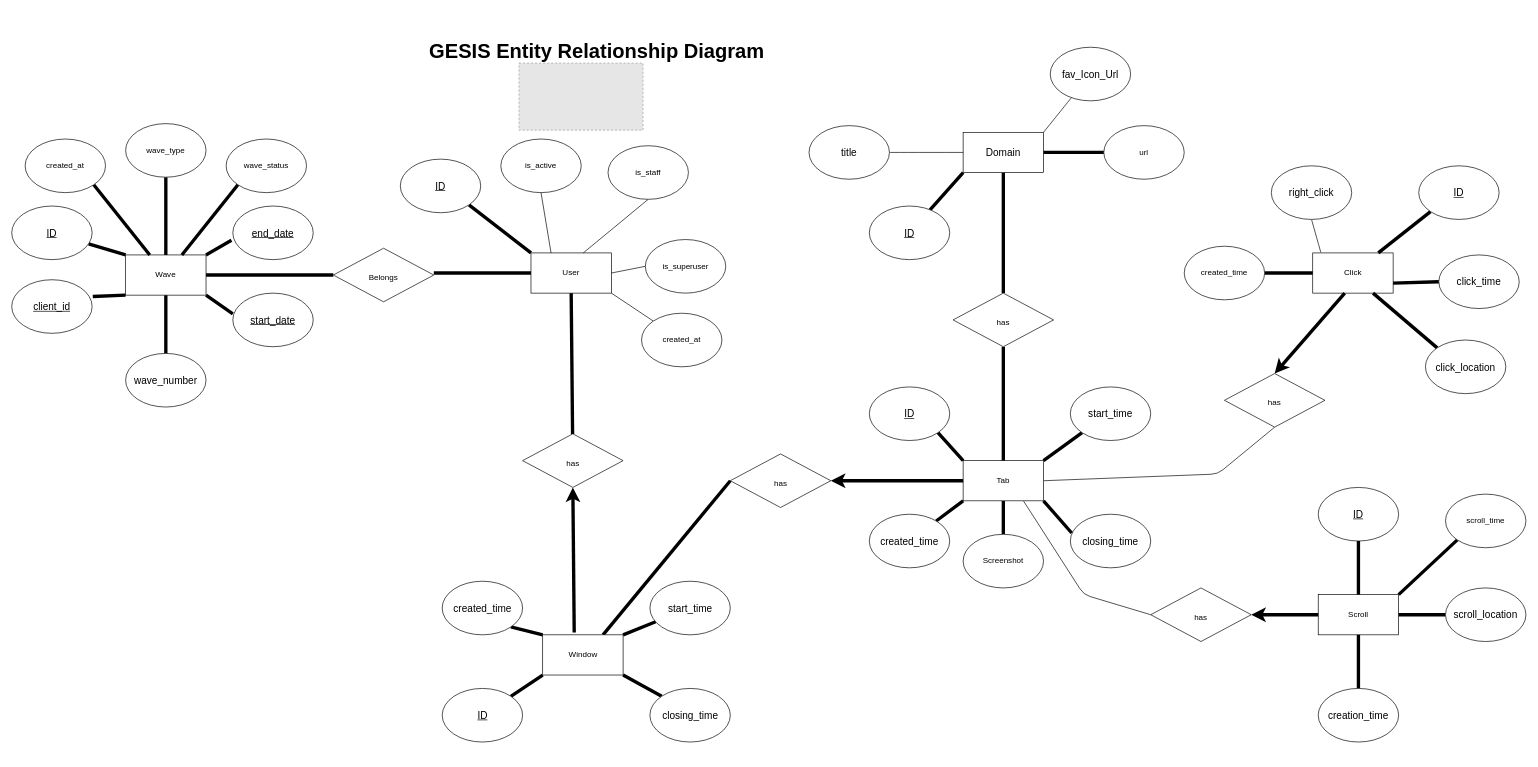
Above: entity_relationship_diagram.drawio in gesiscss/gesis_surf_backend (draw.io), before the change. Source tidied: cells renumbered, new cells numbered last; positions are measured from the earlier drawing's top-left corner, leaving out a move shared by most shapes. Both pictures are drawn from the tidied source at 67%, with x=0, y=0 at pixel (11, 11). Pictures stored in the file or linked from it are replaced by grey dashed boxes.
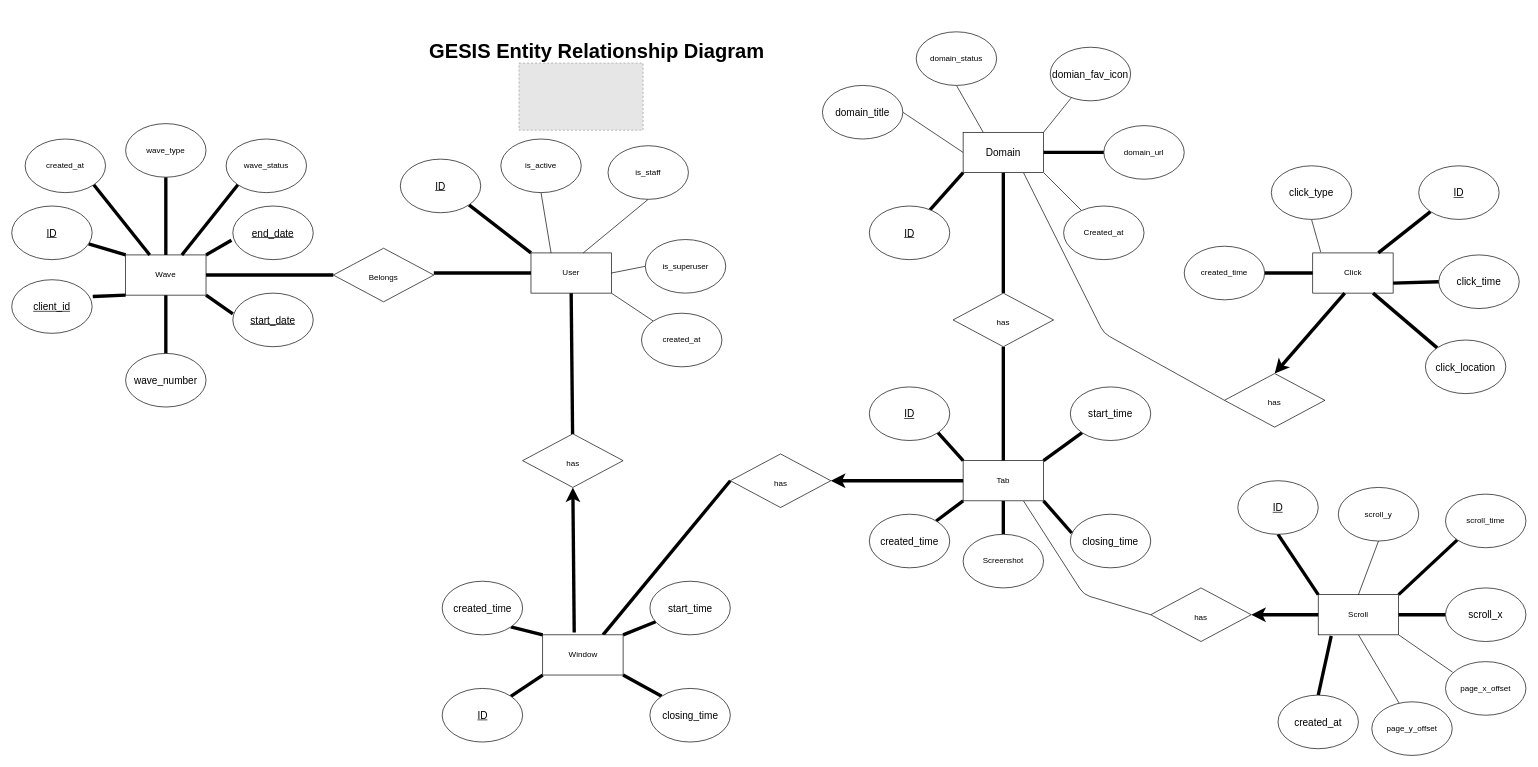
Above is the later version.

The change refers to these unchanged cells:
```xml
<mxCell id="18" value="Tab" style="rounded=0;whiteSpace=wrap;html=1;" parent="1" vertex="1">
  <mxGeometry x="1420" y="670" width="120" height="60" as="geometry" />
</mxCell>
<mxCell id="21" value="Scroll" style="rounded=0;whiteSpace=wrap;html=1;" parent="1" vertex="1">
  <mxGeometry x="1950" y="870" width="120" height="60" as="geometry" />
</mxCell>
<mxCell id="24" value="Domain" style="rounded=0;whiteSpace=wrap;html=1;fontSize=15;" parent="1" vertex="1">
  <mxGeometry x="1420" y="180" width="120" height="60" as="geometry" />
</mxCell>
<mxCell id="79" value="&lt;span style=&quot;font-size: 12px;&quot;&gt;has&lt;/span&gt;" style="rhombus;whiteSpace=wrap;html=1;fontSize=20;" parent="1" vertex="1">
  <mxGeometry x="1810" y="540" width="150" height="80" as="geometry" />
</mxCell>
```

The edit, as a diff of the source:
```diff
@@
-    <mxCell id="15" style="edgeStyle=none;html=1;exitX=1;exitY=0.5;exitDx=0;exitDy=0;entryX=0.5;entryY=1;entryDx=0;entryDy=0;strokeWidth=1;endArrow=none;endFill=0;" parent="1" edge="1" source="18" target="79">
+    <mxCell id="15" style="edgeStyle=none;html=1;exitX=0.75;exitY=1;exitDx=0;exitDy=0;entryX=0;entryY=0.5;entryDx=0;entryDy=0;strokeWidth=1;endArrow=none;endFill=0;" parent="1" edge="1" source="24" target="79">
       <mxGeometry relative="1" as="geometry">
         <Array as="points">
-          <mxPoint x="1800" y="690" />
+          <mxPoint x="1630" y="480" />
         </Array>
       </mxGeometry>
     </mxCell>
@@
+    <mxCell id="100" style="edgeStyle=none;html=1;exitX=1;exitY=1;exitDx=0;exitDy=0;entryX=0.088;entryY=0.197;entryDx=0;entryDy=0;entryPerimeter=0;startArrow=none;startFill=0;endArrow=none;endFill=0;" parent="1" edge="1" source="21" target="108">
+      <mxGeometry relative="1" as="geometry" />
+    </mxCell>
+    <mxCell id="101" style="edgeStyle=none;html=1;exitX=0.5;exitY=1;exitDx=0;exitDy=0;entryX=0.338;entryY=0.021;entryDx=0;entryDy=0;entryPerimeter=0;startArrow=none;startFill=0;endArrow=none;endFill=0;" parent="1" edge="1" source="21" target="109">
+      <mxGeometry relative="1" as="geometry" />
+    </mxCell>
@@
+    <mxCell id="102" style="edgeStyle=none;html=1;exitX=1;exitY=1;exitDx=0;exitDy=0;startArrow=none;startFill=0;endArrow=none;endFill=0;" parent="1" edge="1" source="24" target="105">
+      <mxGeometry relative="1" as="geometry" />
+    </mxCell>
@@
-    <mxCell id="44" value="fav_Icon_Url" style="ellipse;whiteSpace=wrap;html=1;fontSize=15;" parent="1" vertex="1">
+    <mxCell id="44" value="domian_fav_icon" style="ellipse;whiteSpace=wrap;html=1;fontSize=15;" parent="1" vertex="1">
       <mxGeometry x="1550" y="53" width="120" height="80" as="geometry" />
     </mxCell>
@@
-    <mxCell id="48" value="title" style="ellipse;whiteSpace=wrap;html=1;fontSize=15;" parent="1" vertex="1">
-      <mxGeometry x="1190" y="170" width="120" height="80" as="geometry" />
+    <mxCell id="48" value="domain_title" style="ellipse;whiteSpace=wrap;html=1;fontSize=15;" parent="1" vertex="1">
+      <mxGeometry x="1210" y="110" width="120" height="80" as="geometry" />
     </mxCell>
@@
-    <mxCell id="56" value="right_click" style="ellipse;whiteSpace=wrap;html=1;fontSize=15;" parent="1" vertex="1">
+    <mxCell id="56" value="click_type" style="ellipse;whiteSpace=wrap;html=1;fontSize=15;" parent="1" vertex="1">
       <mxGeometry x="1880" y="230" width="120" height="80" as="geometry" />
     </mxCell>
-    <mxCell id="57" style="edgeStyle=none;curved=1;html=1;exitX=0.5;exitY=1;exitDx=0;exitDy=0;entryX=0.5;entryY=0;entryDx=0;entryDy=0;fontSize=15;endArrow=none;endFill=0;strokeWidth=5;" parent="1" edge="1" source="58" target="21">
+    <mxCell id="57" style="edgeStyle=none;curved=1;html=1;exitX=0.5;exitY=1;exitDx=0;exitDy=0;entryX=0;entryY=0;entryDx=0;entryDy=0;fontSize=15;endArrow=none;endFill=0;strokeWidth=5;" parent="1" edge="1" source="58" target="21">
       <mxGeometry relative="1" as="geometry" />
     </mxCell>
     <mxCell id="58" value="&lt;u&gt;ID&lt;/u&gt;" style="ellipse;whiteSpace=wrap;html=1;fontSize=15;" parent="1" vertex="1">
-      <mxGeometry x="1950" y="710" width="120" height="80" as="geometry" />
+      <mxGeometry x="1830" y="700" width="120" height="80" as="geometry" />
     </mxCell>
-    <mxCell id="59" style="edgeStyle=none;curved=1;html=1;exitX=0.5;exitY=0;exitDx=0;exitDy=0;entryX=0.5;entryY=1;entryDx=0;entryDy=0;fontSize=15;endArrow=none;endFill=0;strokeWidth=5;" parent="1" edge="1" source="60" target="21">
+    <mxCell id="59" style="edgeStyle=none;curved=1;html=1;exitX=0.5;exitY=0;exitDx=0;exitDy=0;entryX=0.162;entryY=1.027;entryDx=0;entryDy=0;fontSize=15;endArrow=none;endFill=0;strokeWidth=5;entryPerimeter=0;" parent="1" edge="1" source="60" target="21">
       <mxGeometry relative="1" as="geometry" />
     </mxCell>
-    <mxCell id="60" value="creation_time" style="ellipse;whiteSpace=wrap;html=1;fontSize=15;" parent="1" vertex="1">
-      <mxGeometry x="1950" y="1010" width="120" height="80" as="geometry" />
+    <mxCell id="60" value="created_at" style="ellipse;whiteSpace=wrap;html=1;fontSize=15;" parent="1" vertex="1">
+      <mxGeometry x="1890" y="1020" width="120" height="80" as="geometry" />
     </mxCell>
@@
-    <mxCell id="62" value="scroll_location" style="ellipse;whiteSpace=wrap;html=1;fontSize=15;" parent="1" vertex="1">
+    <mxCell id="62" value="scroll_x" style="ellipse;whiteSpace=wrap;html=1;fontSize=15;" parent="1" vertex="1">
       <mxGeometry x="2140" y="860" width="120" height="80" as="geometry" />
     </mxCell>
@@
-    <mxCell id="84" value="url" style="ellipse;whiteSpace=wrap;html=1;" parent="1" vertex="1">
+    <mxCell id="84" value="domain_url" style="ellipse;whiteSpace=wrap;html=1;" parent="1" vertex="1">
       <mxGeometry x="1630" y="170" width="120" height="80" as="geometry" />
     </mxCell>
@@
+    <mxCell id="103" style="edgeStyle=none;html=1;exitX=0.5;exitY=1;exitDx=0;exitDy=0;entryX=0.25;entryY=0;entryDx=0;entryDy=0;startArrow=none;startFill=0;endArrow=none;endFill=0;" parent="1" edge="1" source="104" target="24">
+      <mxGeometry relative="1" as="geometry" />
+    </mxCell>
+    <mxCell id="104" value="domain_status" style="ellipse;whiteSpace=wrap;html=1;" parent="1" vertex="1">
+      <mxGeometry x="1350" y="30" width="120" height="80" as="geometry" />
+    </mxCell>
+    <mxCell id="105" value="Created_at" style="ellipse;whiteSpace=wrap;html=1;" parent="1" vertex="1">
+      <mxGeometry x="1570" y="290" width="120" height="80" as="geometry" />
+    </mxCell>
+    <mxCell id="106" style="edgeStyle=none;html=1;exitX=0.5;exitY=1;exitDx=0;exitDy=0;entryX=0.5;entryY=0;entryDx=0;entryDy=0;startArrow=none;startFill=0;endArrow=none;endFill=0;" parent="1" edge="1" source="107" target="21">
+      <mxGeometry relative="1" as="geometry" />
+    </mxCell>
+    <mxCell id="107" value="scroll_y" style="ellipse;whiteSpace=wrap;html=1;" parent="1" vertex="1">
+      <mxGeometry x="1980" y="710" width="120" height="80" as="geometry" />
+    </mxCell>
+    <mxCell id="108" value="page_x_offset" style="ellipse;whiteSpace=wrap;html=1;" parent="1" vertex="1">
+      <mxGeometry x="2140" y="970" width="120" height="80" as="geometry" />
+    </mxCell>
+    <mxCell id="109" value="page_y_offset" style="ellipse;whiteSpace=wrap;html=1;" parent="1" vertex="1">
+      <mxGeometry x="2030" y="1030" width="120" height="80" as="geometry" />
+    </mxCell>
```
